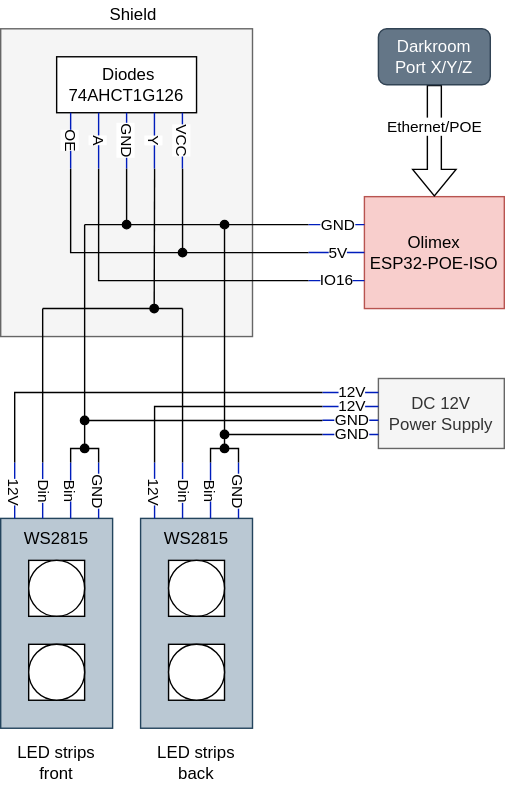
This is electronics.drawio.svg from cccb/cccb-schild, a draw.io export, as it was before one commit. Source tidied: cells renumbered, new cells last; positions are measured from the earlier drawing's top-left corner, leaving out a move shared by most shapes.
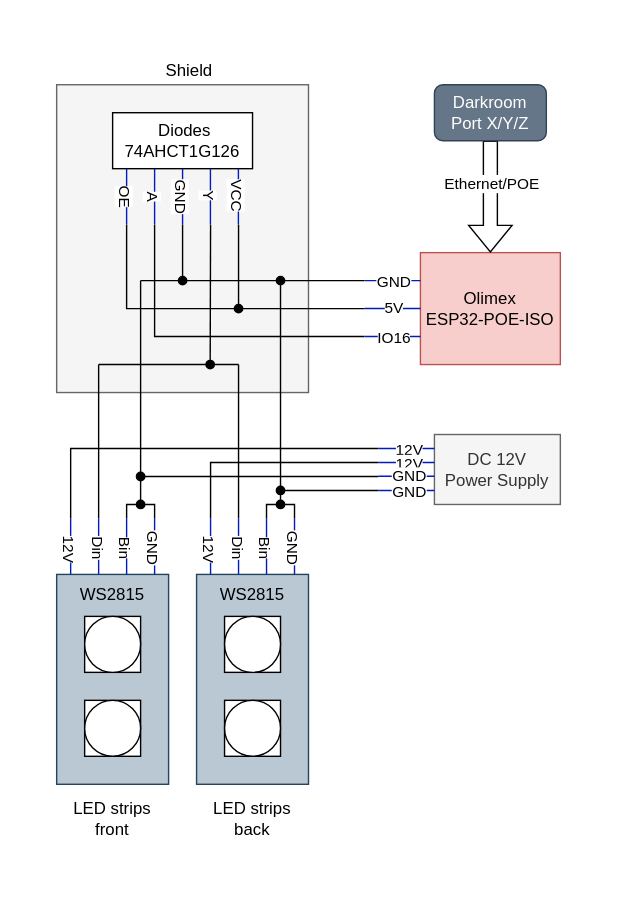
After the change.

The edit, as a diff of the source:
```diff
@@ -2,6 +2,9 @@
   <root>
     <mxCell id="0" />
     <mxCell id="1" parent="0" />
+    <mxCell id="81" style="rounded=0;whiteSpace=wrap;html=1;strokeColor=none;" parent="1" vertex="1">
+      <mxGeometry x="-40" y="-40" width="440" height="640" as="geometry" />
+    </mxCell>
     <mxCell id="2" style="rounded=0;whiteSpace=wrap;html=1;fillColor=#f5f5f5;fontColor=#333333;strokeColor=#666666;" parent="1" vertex="1">
       <mxGeometry y="20" width="180" height="220" as="geometry" />
     </mxCell>
```
